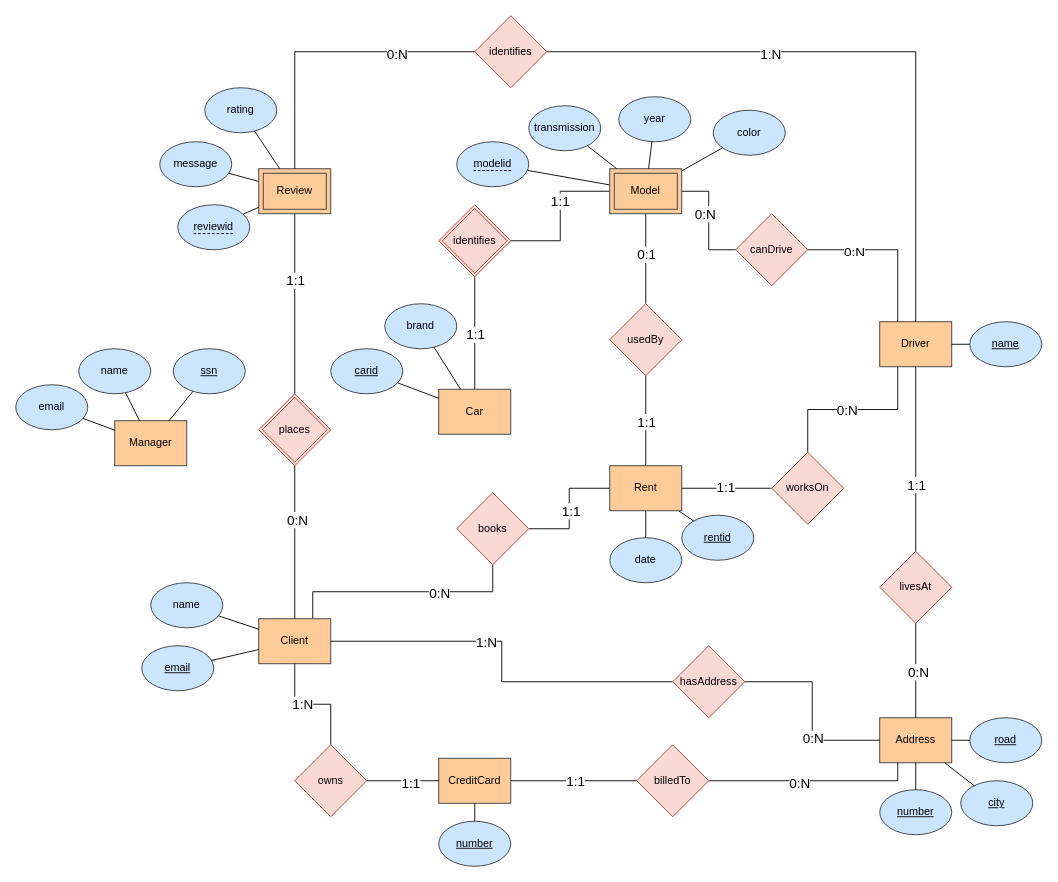
Before: 480-ER-Diagram.drawio in p-rinceS/CS-480-Project, a draw.io diagram. Source tidied: cells renumbered, new cells numbered last; positions are measured from the earlier drawing's top-left corner, leaving out a move shared by most shapes. Both pictures are drawn from the tidied source at 90%, with x=0, y=0 at pixel (15, 15).
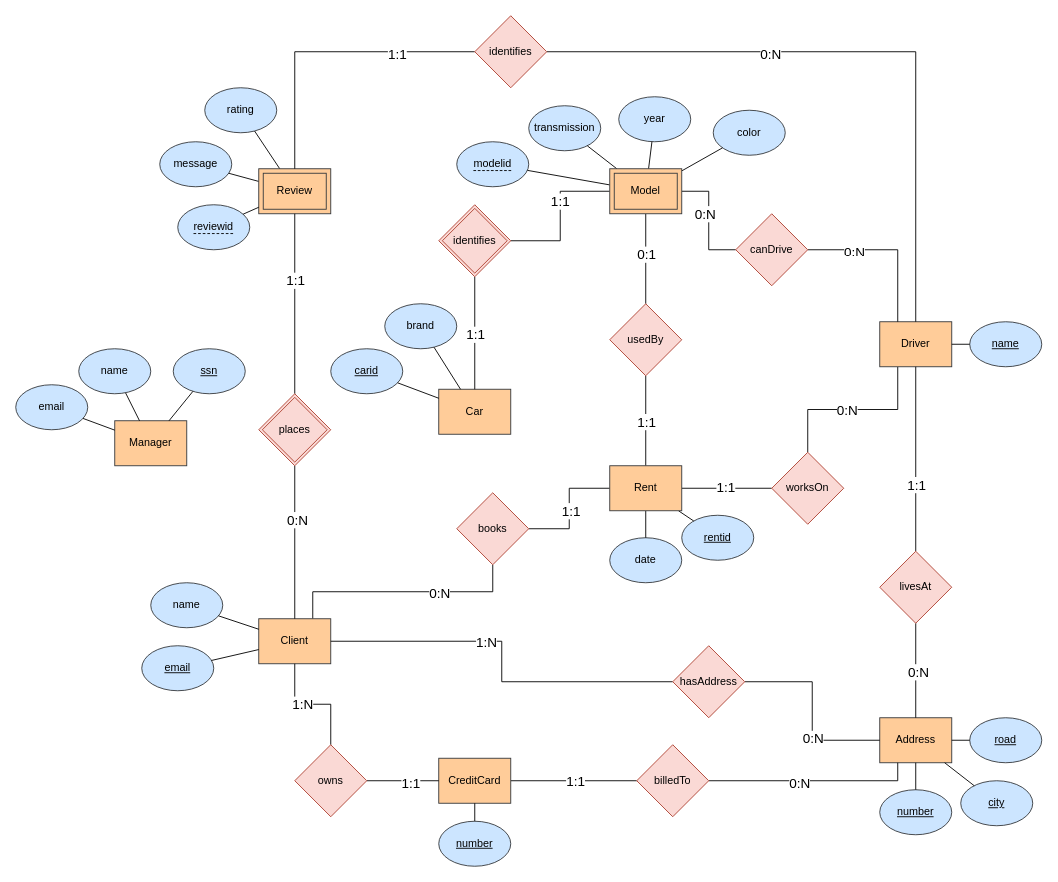
Above is the later version.

Unchanged cells that the change refers to:
```xml
<mxCell id="82" style="edgeStyle=orthogonalEdgeStyle;rounded=0;jettySize=auto;html=1;endArrow=none;startFill=0;fontSize=15;" parent="1" edge="1" source="86" target="51">
  <mxGeometry relative="1" as="geometry" />
</mxCell>
<mxCell id="84" style="edgeStyle=orthogonalEdgeStyle;rounded=0;jettySize=auto;html=1;endArrow=none;startFill=0;fontSize=15;" parent="1" edge="1" source="86" target="8">
  <mxGeometry relative="1" as="geometry" />
</mxCell>
```

Diff of the diagram source:
```diff
@@
-    <mxCell id="83" value="&lt;font style=&quot;font-size: 15px;&quot;&gt;0:N&lt;/font&gt;" style="edgeLabel;html=1;align=center;verticalAlign=middle;" parent="82" vertex="1">
+    <mxCell id="83" value="&lt;font style=&quot;font-size: 15px;&quot;&gt;1:1&lt;/font&gt;" style="edgeLabel;html=1;align=center;verticalAlign=middle;" parent="82" vertex="1">
       <mxGeometry x="-0.47" y="1" relative="1" as="geometry" />
     </mxCell>
@@
-    <mxCell id="85" value="&lt;font style=&quot;font-size: 15px;&quot;&gt;1:N&lt;/font&gt;" style="edgeLabel;html=1;align=center;verticalAlign=middle;" parent="84" vertex="1">
+    <mxCell id="85" value="&lt;font style=&quot;font-size: 15px;&quot;&gt;0:N&lt;/font&gt;" style="edgeLabel;html=1;align=center;verticalAlign=middle;" parent="84" vertex="1">
       <mxGeometry x="-0.3" y="-3" relative="1" as="geometry">
         <mxPoint y="-2" as="offset" />
       </mxGeometry>
     </mxCell>
```
